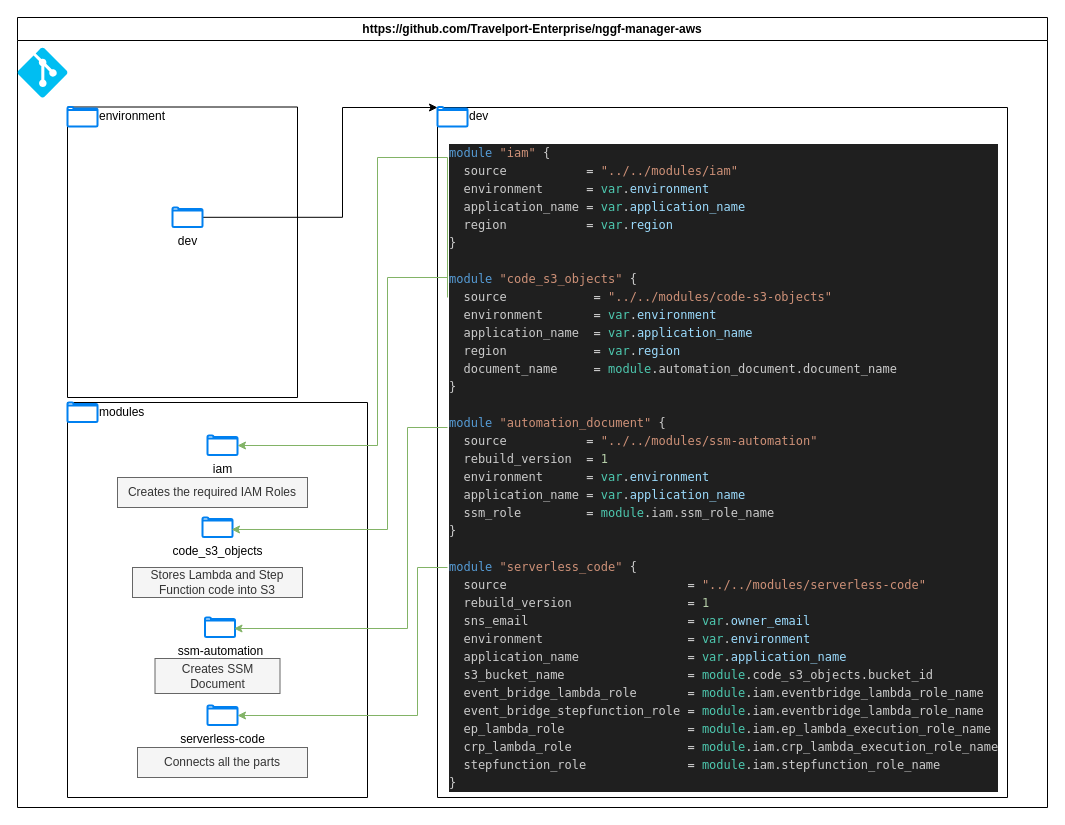
This is diagrams/code_diagram.drawio from aws-samples/synchronous-state-map, a draw.io file, before an edit. Source tidied: cells renumbered, new cells numbered last; positions are measured from the earlier drawing's top-left corner, leaving out a move shared by most shapes. Both pictures are drawn from the tidied source at 100%, with x=0, y=0 at pixel (17, 17).
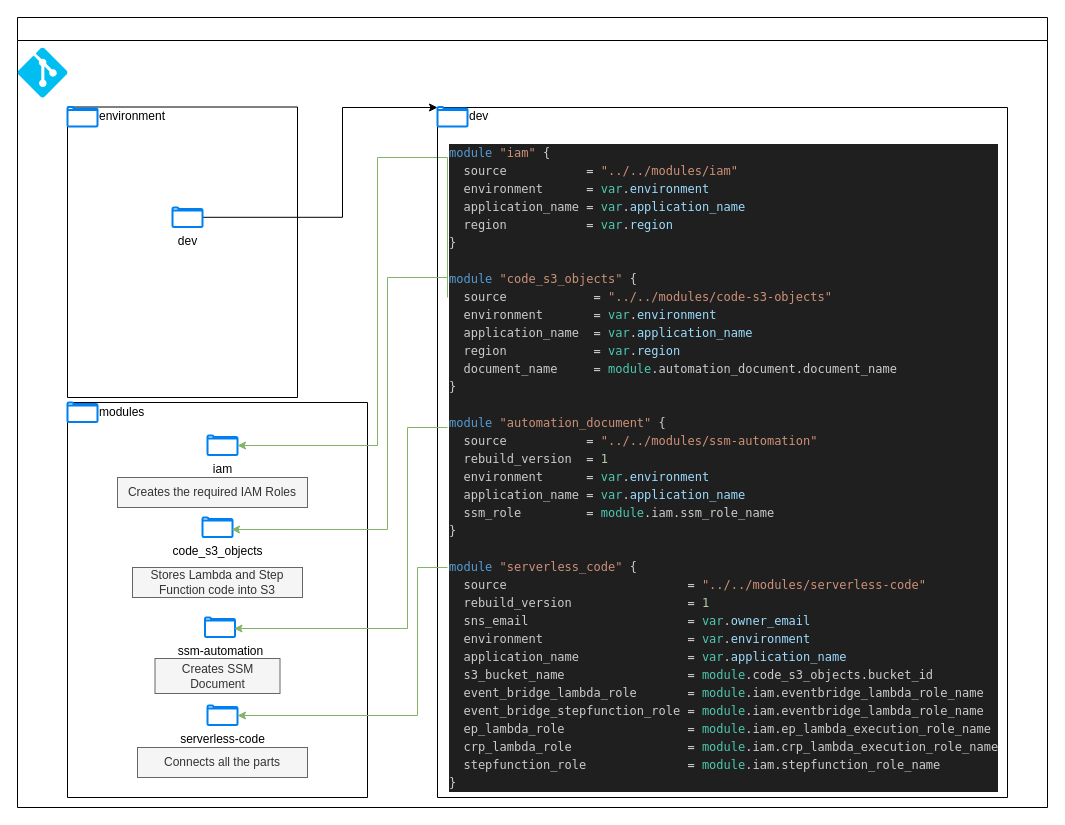
The same page after the edit.

Commit message (it also covers changes not shown here):
Updated step logic diagram to use updated service names/icons, removed customer name from code diagram

Diff of the diagram source:
```diff
@@
-    <mxCell id="2" value="https://github.com/Travelport-Enterprise/nggf-manager-aws" style="swimlane;whiteSpace=wrap;html=1;" parent="1" vertex="1">
+    <mxCell id="2" style="swimlane;whiteSpace=wrap;html=1;" parent="1" vertex="1">
       <mxGeometry width="1030" height="790" as="geometry" />
     </mxCell>
```
